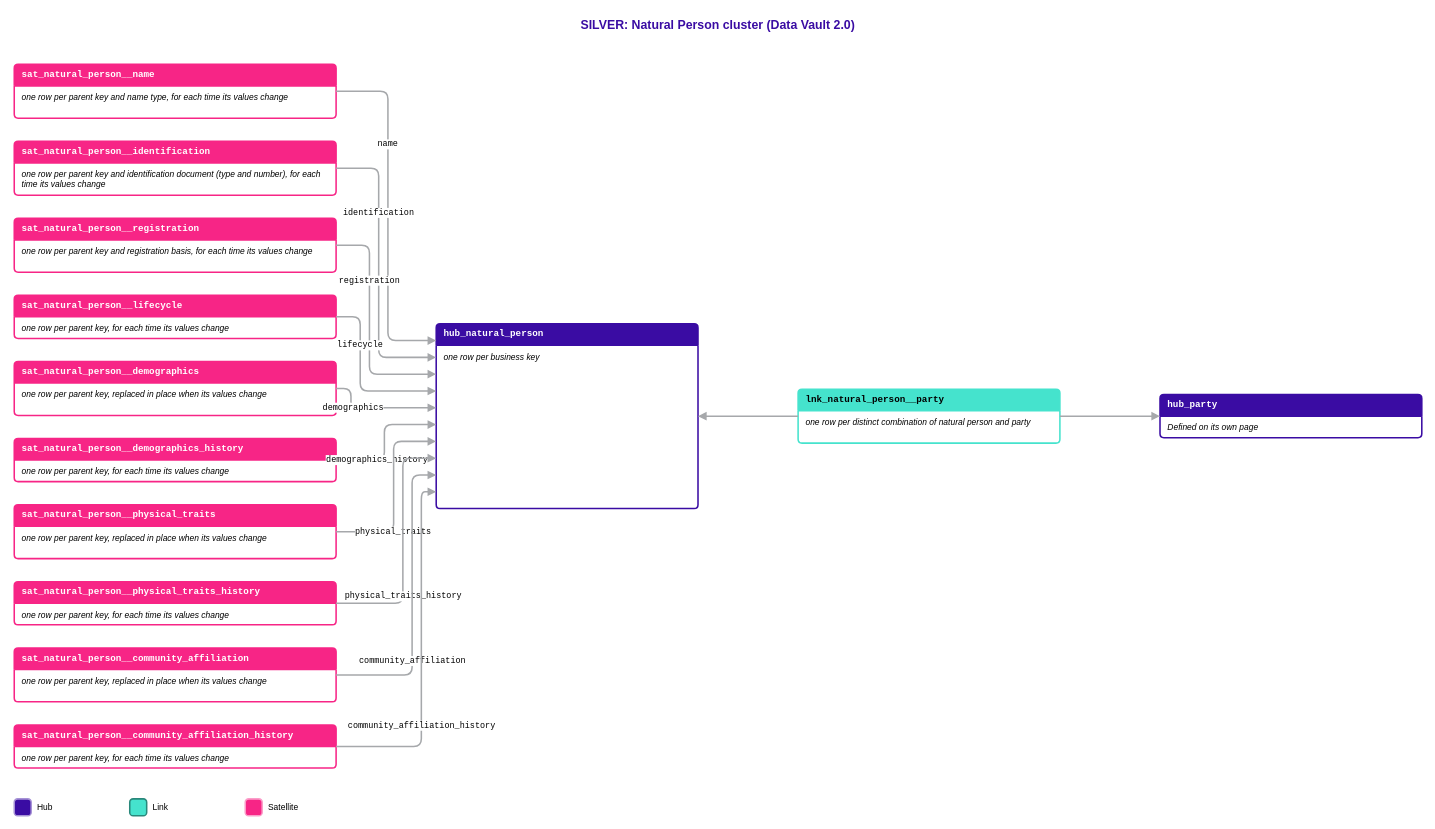
The draw.io diagram Rosetta/Business_Objects/Natural_Person.drawio in luisruizML/documents, before the edit. Source tidied: cells renumbered, new cells numbered last; positions are measured from the earlier drawing's top-left corner, leaving out a move shared by most shapes. Both pictures are drawn from the tidied source at 77%, with x=0, y=0 at pixel (14, 13).
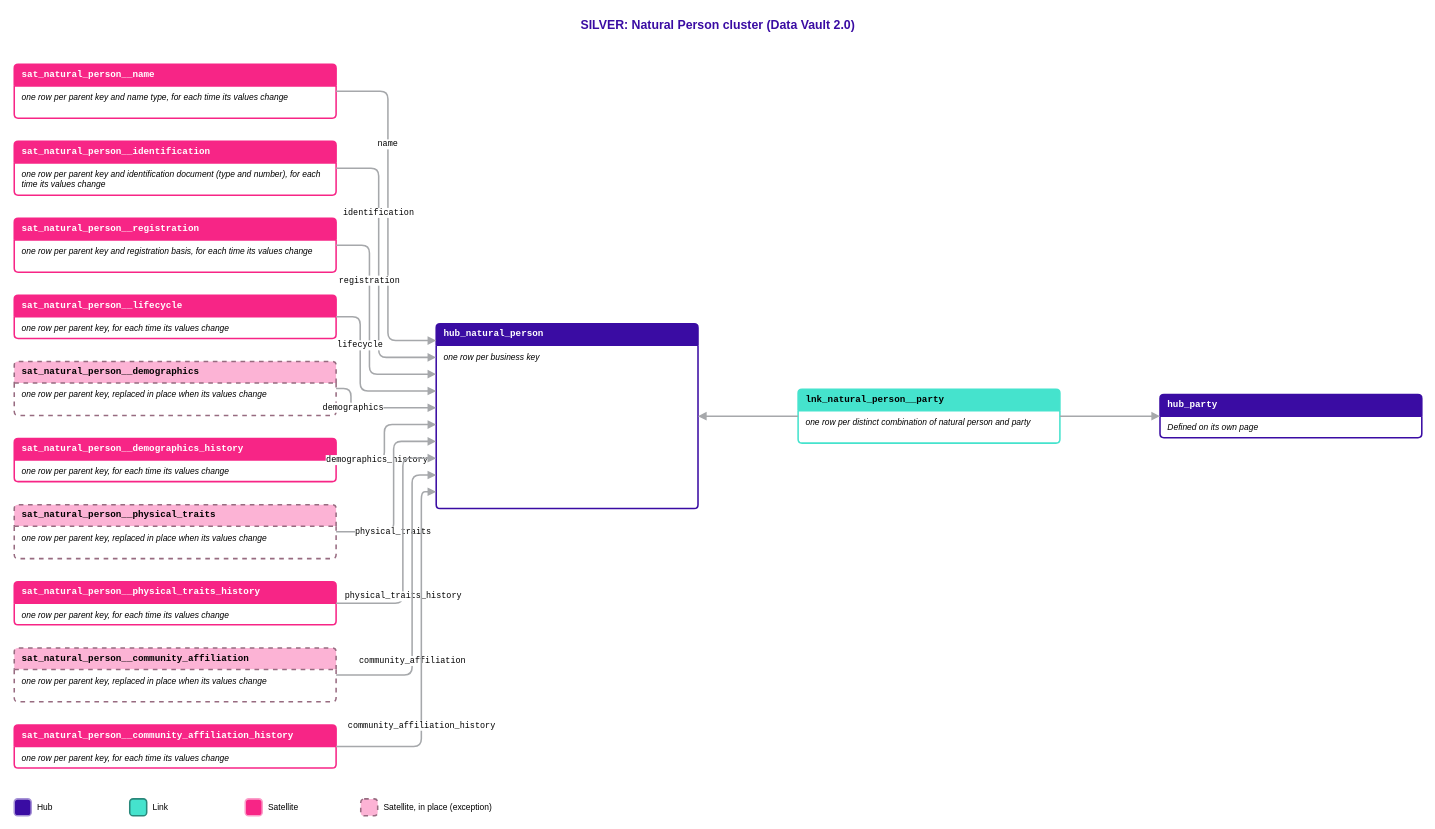
After the change.

Commit message (it also covers changes not shown here):
feat(business-object-page): lighter dashed Satellites for the in-place exception; export scale fits tall diagrams

Diff of the diagram source:
```diff
@@
-    <mxCell id="15" value="sat_natural_person__demographics" style="swimlane;html=1;whiteSpace=wrap;rounded=1;arcSize=6;startSize=28;fillColor=#F72586;swimlaneFillColor=#FFFFFF;strokeColor=#F72586;strokeWidth=2;fontFamily=Courier New;fontSize=12;fontStyle=1;fontColor=#FFFFFF;align=left;spacingLeft=8;" parent="1" vertex="1">
+    <mxCell id="15" value="sat_natural_person__demographics" style="swimlane;html=1;whiteSpace=wrap;rounded=1;arcSize=6;startSize=28;dashed=1;fillColor=#FCB3D5;swimlaneFillColor=#FFFFFF;strokeColor=#976B80;strokeWidth=2;fontFamily=Courier New;fontSize=12;fontStyle=1;fontColor=#000000;align=left;spacingLeft=8;" parent="1" vertex="1">
       <mxGeometry y="452" width="418" height="70" as="geometry" />
     </mxCell>
@@
-    <mxCell id="19" value="sat_natural_person__physical_traits" style="swimlane;html=1;whiteSpace=wrap;rounded=1;arcSize=6;startSize=28;fillColor=#F72586;swimlaneFillColor=#FFFFFF;strokeColor=#F72586;strokeWidth=2;fontFamily=Courier New;fontSize=12;fontStyle=1;fontColor=#FFFFFF;align=left;spacingLeft=8;" parent="1" vertex="1">
+    <mxCell id="19" value="sat_natural_person__physical_traits" style="swimlane;html=1;whiteSpace=wrap;rounded=1;arcSize=6;startSize=28;dashed=1;fillColor=#FCB3D5;swimlaneFillColor=#FFFFFF;strokeColor=#976B80;strokeWidth=2;fontFamily=Courier New;fontSize=12;fontStyle=1;fontColor=#000000;align=left;spacingLeft=8;" parent="1" vertex="1">
       <mxGeometry y="638" width="418" height="70" as="geometry" />
     </mxCell>
@@
-    <mxCell id="23" value="sat_natural_person__community_affiliation" style="swimlane;html=1;whiteSpace=wrap;rounded=1;arcSize=6;startSize=28;fillColor=#F72586;swimlaneFillColor=#FFFFFF;strokeColor=#F72586;strokeWidth=2;fontFamily=Courier New;fontSize=12;fontStyle=1;fontColor=#FFFFFF;align=left;spacingLeft=8;" parent="1" vertex="1">
+    <mxCell id="23" value="sat_natural_person__community_affiliation" style="swimlane;html=1;whiteSpace=wrap;rounded=1;arcSize=6;startSize=28;dashed=1;fillColor=#FCB3D5;swimlaneFillColor=#FFFFFF;strokeColor=#976B80;strokeWidth=2;fontFamily=Courier New;fontSize=12;fontStyle=1;fontColor=#000000;align=left;spacingLeft=8;" parent="1" vertex="1">
       <mxGeometry y="824" width="418" height="70" as="geometry" />
     </mxCell>
@@
+    <mxCell id="47" style="rounded=1;arcSize=20;dashed=1;fillColor=#FCB3D5;strokeColor=#976B80;strokeWidth=2;" parent="1" vertex="1">
+      <mxGeometry x="450" y="1020" width="22" height="22" as="geometry" />
+    </mxCell>
+    <mxCell id="48" value="Satellite, in place (exception)" style="text;html=1;align=left;verticalAlign=middle;fontFamily=Arial;fontSize=11;fontColor=#000000;" parent="1" vertex="1">
+      <mxGeometry x="478" y="1020" width="190" height="22" as="geometry" />
+    </mxCell>
```
